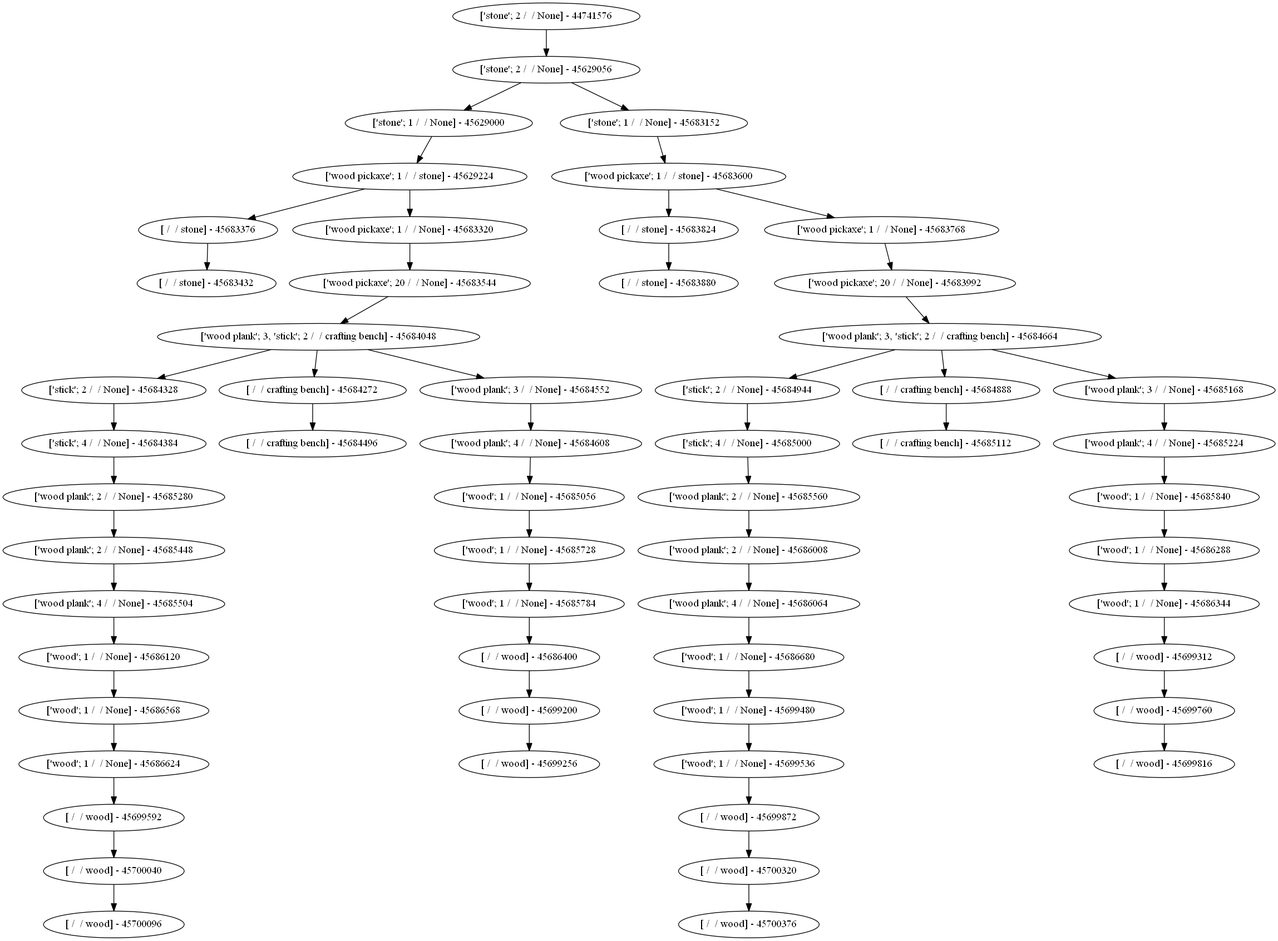
koleberd/goaldependency keeps this Graphviz diagram as trees/test_tree.gv.png. Above is the earlier version. Its source is kept beside it as trees/test_tree.gv.
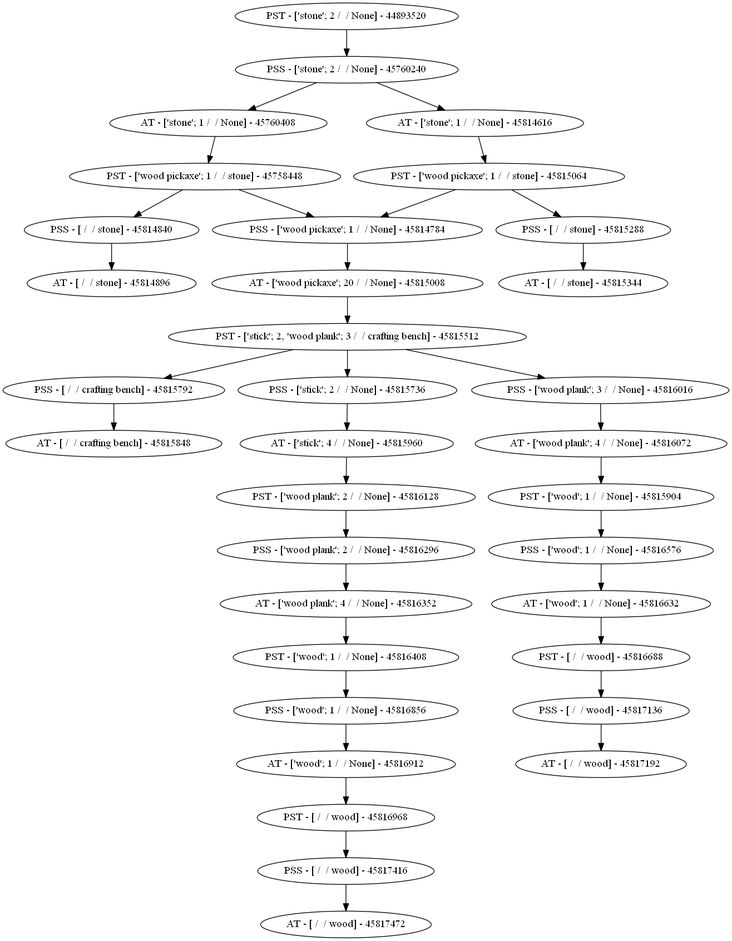
Above is the later version.

The edit, as a diff of the source:
```diff
@@ -1,59 +1,36 @@
 digraph Tree {
-	"['stone'; 2 /  / None] - 44741576" -> "['stone'; 2 /  / None] - 45629056"
-	"['stone'; 2 /  / None] - 45629056" -> "['stone'; 1 /  / None] - 45629000"
-	"['stone'; 2 /  / None] - 45629056" -> "['stone'; 1 /  / None] - 45683152"
-	"['stone'; 1 /  / None] - 45629000" -> "['wood pickaxe'; 1 /  / stone] - 45629224"
-	"['stone'; 1 /  / None] - 45683152" -> "['wood pickaxe'; 1 /  / stone] - 45683600"
-	"['wood pickaxe'; 1 /  / stone] - 45629224" -> "[ /  / stone] - 45683376"
-	"['wood pickaxe'; 1 /  / stone] - 45629224" -> "['wood pickaxe'; 1 /  / None] - 45683320"
-	"['wood pickaxe'; 1 /  / stone] - 45683600" -> "[ /  / stone] - 45683824"
-	"['wood pickaxe'; 1 /  / stone] - 45683600" -> "['wood pickaxe'; 1 /  / None] - 45683768"
-	"[ /  / stone] - 45683376" -> "[ /  / stone] - 45683432"
-	"['wood pickaxe'; 1 /  / None] - 45683320" -> "['wood pickaxe'; 20 /  / None] - 45683544"
-	"[ /  / stone] - 45683824" -> "[ /  / stone] - 45683880"
-	"['wood pickaxe'; 1 /  / None] - 45683768" -> "['wood pickaxe'; 20 /  / None] - 45683992"
-	"['wood pickaxe'; 20 /  / None] - 45683544" -> "['wood plank'; 3, 'stick'; 2 /  / crafting bench] - 45684048"
-	"['wood pickaxe'; 20 /  / None] - 45683992" -> "['wood plank'; 3, 'stick'; 2 /  / crafting bench] - 45684664"
-	"['wood plank'; 3, 'stick'; 2 /  / crafting bench] - 45684048" -> "['stick'; 2 /  / None] - 45684328"
-	"['wood plank'; 3, 'stick'; 2 /  / crafting bench] - 45684048" -> "[ /  / crafting bench] - 45684272"
-	"['wood plank'; 3, 'stick'; 2 /  / crafting bench] - 45684048" -> "['wood plank'; 3 /  / None] - 45684552"
-	"['wood plank'; 3, 'stick'; 2 /  / crafting bench] - 45684664" -> "['stick'; 2 /  / None] - 45684944"
-	"['wood plank'; 3, 'stick'; 2 /  / crafting bench] - 45684664" -> "[ /  / crafting bench] - 45684888"
-	"['wood plank'; 3, 'stick'; 2 /  / crafting bench] - 45684664" -> "['wood plank'; 3 /  / None] - 45685168"
-	"['stick'; 2 /  / None] - 45684328" -> "['stick'; 4 /  / None] - 45684384"
-	"[ /  / crafting bench] - 45684272" -> "[ /  / crafting bench] - 45684496"
-	"['wood plank'; 3 /  / None] - 45684552" -> "['wood plank'; 4 /  / None] - 45684608"
-	"['stick'; 2 /  / None] - 45684944" -> "['stick'; 4 /  / None] - 45685000"
-	"[ /  / crafting bench] - 45684888" -> "[ /  / crafting bench] - 45685112"
-	"['wood plank'; 3 /  / None] - 45685168" -> "['wood plank'; 4 /  / None] - 45685224"
-	"['stick'; 4 /  / None] - 45684384" -> "['wood plank'; 2 /  / None] - 45685280"
-	"['wood plank'; 4 /  / None] - 45684608" -> "['wood'; 1 /  / None] - 45685056"
-	"['stick'; 4 /  / None] - 45685000" -> "['wood plank'; 2 /  / None] - 45685560"
-	"['wood plank'; 4 /  / None] - 45685224" -> "['wood'; 1 /  / None] - 45685840"
-	"['wood plank'; 2 /  / None] - 45685280" -> "['wood plank'; 2 /  / None] - 45685448"
-	"['wood'; 1 /  / None] - 45685056" -> "['wood'; 1 /  / None] - 45685728"
-	"['wood plank'; 2 /  / None] - 45685560" -> "['wood plank'; 2 /  / None] - 45686008"
-	"['wood'; 1 /  / None] - 45685840" -> "['wood'; 1 /  / None] - 45686288"
-	"['wood plank'; 2 /  / None] - 45685448" -> "['wood plank'; 4 /  / None] - 45685504"
-	"['wood'; 1 /  / None] - 45685728" -> "['wood'; 1 /  / None] - 45685784"
-	"['wood plank'; 2 /  / None] - 45686008" -> "['wood plank'; 4 /  / None] - 45686064"
-	"['wood'; 1 /  / None] - 45686288" -> "['wood'; 1 /  / None] - 45686344"
-	"['wood plank'; 4 /  / None] - 45685504" -> "['wood'; 1 /  / None] - 45686120"
-	"['wood'; 1 /  / None] - 45685784" -> "[ /  / wood] - 45686400"
-	"['wood plank'; 4 /  / None] - 45686064" -> "['wood'; 1 /  / None] - 45686680"
-	"['wood'; 1 /  / None] - 45686344" -> "[ /  / wood] - 45699312"
-	"['wood'; 1 /  / None] - 45686120" -> "['wood'; 1 /  / None] - 45686568"
-	"[ /  / wood] - 45686400" -> "[ /  / wood] - 45699200"
-	"['wood'; 1 /  / None] - 45686680" -> "['wood'; 1 /  / None] - 45699480"
-	"[ /  / wood] - 45699312" -> "[ /  / wood] - 45699760"
-	"['wood'; 1 /  / None] - 45686568" -> "['wood'; 1 /  / None] - 45686624"
-	"[ /  / wood] - 45699200" -> "[ /  / wood] - 45699256"
-	"['wood'; 1 /  / None] - 45699480" -> "['wood'; 1 /  / None] - 45699536"
-	"[ /  / wood] - 45699760" -> "[ /  / wood] - 45699816"
-	"['wood'; 1 /  / None] - 45686624" -> "[ /  / wood] - 45699592"
-	"['wood'; 1 /  / None] - 45699536" -> "[ /  / wood] - 45699872"
-	"[ /  / wood] - 45699592" -> "[ /  / wood] - 45700040"
-	"[ /  / wood] - 45699872" -> "[ /  / wood] - 45700320"
-	"[ /  / wood] - 45700040" -> "[ /  / wood] - 45700096"
-	"[ /  / wood] - 45700320" -> "[ /  / wood] - 45700376"
+	"PST - ['stone'; 2 /  / None] - 44893520" -> "PSS - ['stone'; 2 /  / None] - 45760240"
+	"PSS - ['stone'; 2 /  / None] - 45760240" -> "AT - ['stone'; 1 /  / None] - 45760408"
+	"PSS - ['stone'; 2 /  / None] - 45760240" -> "AT - ['stone'; 1 /  / None] - 45814616"
+	"AT - ['stone'; 1 /  / None] - 45760408" -> "PST - ['wood pickaxe'; 1 /  / stone] - 45758448"
+	"AT - ['stone'; 1 /  / None] - 45814616" -> "PST - ['wood pickaxe'; 1 /  / stone] - 45815064"
+	"PST - ['wood pickaxe'; 1 /  / stone] - 45758448" -> "PSS - [ /  / stone] - 45814840"
+	"PST - ['wood pickaxe'; 1 /  / stone] - 45758448" -> "PSS - ['wood pickaxe'; 1 /  / None] - 45814784"
+	"PST - ['wood pickaxe'; 1 /  / stone] - 45815064" -> "PSS - [ /  / stone] - 45815288"
+	"PST - ['wood pickaxe'; 1 /  / stone] - 45815064" -> "PSS - ['wood pickaxe'; 1 /  / None] - 45814784"
+	"PSS - [ /  / stone] - 45814840" -> "AT - [ /  / stone] - 45814896"
+	"PSS - ['wood pickaxe'; 1 /  / None] - 45814784" -> "AT - ['wood pickaxe'; 20 /  / None] - 45815008"
+	"PSS - [ /  / stone] - 45815288" -> "AT - [ /  / stone] - 45815344"
+	"AT - ['wood pickaxe'; 20 /  / None] - 45815008" -> "PST - ['stick'; 2, 'wood plank'; 3 /  / crafting bench] - 45815512"
+	"PST - ['stick'; 2, 'wood plank'; 3 /  / crafting bench] - 45815512" -> "PSS - [ /  / crafting bench] - 45815792"
+	"PST - ['stick'; 2, 'wood plank'; 3 /  / crafting bench] - 45815512" -> "PSS - ['stick'; 2 /  / None] - 45815736"
+	"PST - ['stick'; 2, 'wood plank'; 3 /  / crafting bench] - 45815512" -> "PSS - ['wood plank'; 3 /  / None] - 45816016"
+	"PSS - [ /  / crafting bench] - 45815792" -> "AT - [ /  / crafting bench] - 45815848"
+	"PSS - ['stick'; 2 /  / None] - 45815736" -> "AT - ['stick'; 4 /  / None] - 45815960"
+	"PSS - ['wood plank'; 3 /  / None] - 45816016" -> "AT - ['wood plank'; 4 /  / None] - 45816072"
+	"AT - ['stick'; 4 /  / None] - 45815960" -> "PST - ['wood plank'; 2 /  / None] - 45816128"
+	"AT - ['wood plank'; 4 /  / None] - 45816072" -> "PST - ['wood'; 1 /  / None] - 45815904"
+	"PST - ['wood plank'; 2 /  / None] - 45816128" -> "PSS - ['wood plank'; 2 /  / None] - 45816296"
+	"PST - ['wood'; 1 /  / None] - 45815904" -> "PSS - ['wood'; 1 /  / None] - 45816576"
+	"PSS - ['wood plank'; 2 /  / None] - 45816296" -> "AT - ['wood plank'; 4 /  / None] - 45816352"
+	"PSS - ['wood'; 1 /  / None] - 45816576" -> "AT - ['wood'; 1 /  / None] - 45816632"
+	"AT - ['wood plank'; 4 /  / None] - 45816352" -> "PST - ['wood'; 1 /  / None] - 45816408"
+	"AT - ['wood'; 1 /  / None] - 45816632" -> "PST - [ /  / wood] - 45816688"
+	"PST - ['wood'; 1 /  / None] - 45816408" -> "PSS - ['wood'; 1 /  / None] - 45816856"
+	"PST - [ /  / wood] - 45816688" -> "PSS - [ /  / wood] - 45817136"
+	"PSS - ['wood'; 1 /  / None] - 45816856" -> "AT - ['wood'; 1 /  / None] - 45816912"
+	"PSS - [ /  / wood] - 45817136" -> "AT - [ /  / wood] - 45817192"
+	"AT - ['wood'; 1 /  / None] - 45816912" -> "PST - [ /  / wood] - 45816968"
+	"PST - [ /  / wood] - 45816968" -> "PSS - [ /  / wood] - 45817416"
+	"PSS - [ /  / wood] - 45817416" -> "AT - [ /  / wood] - 45817472"
 }
```
